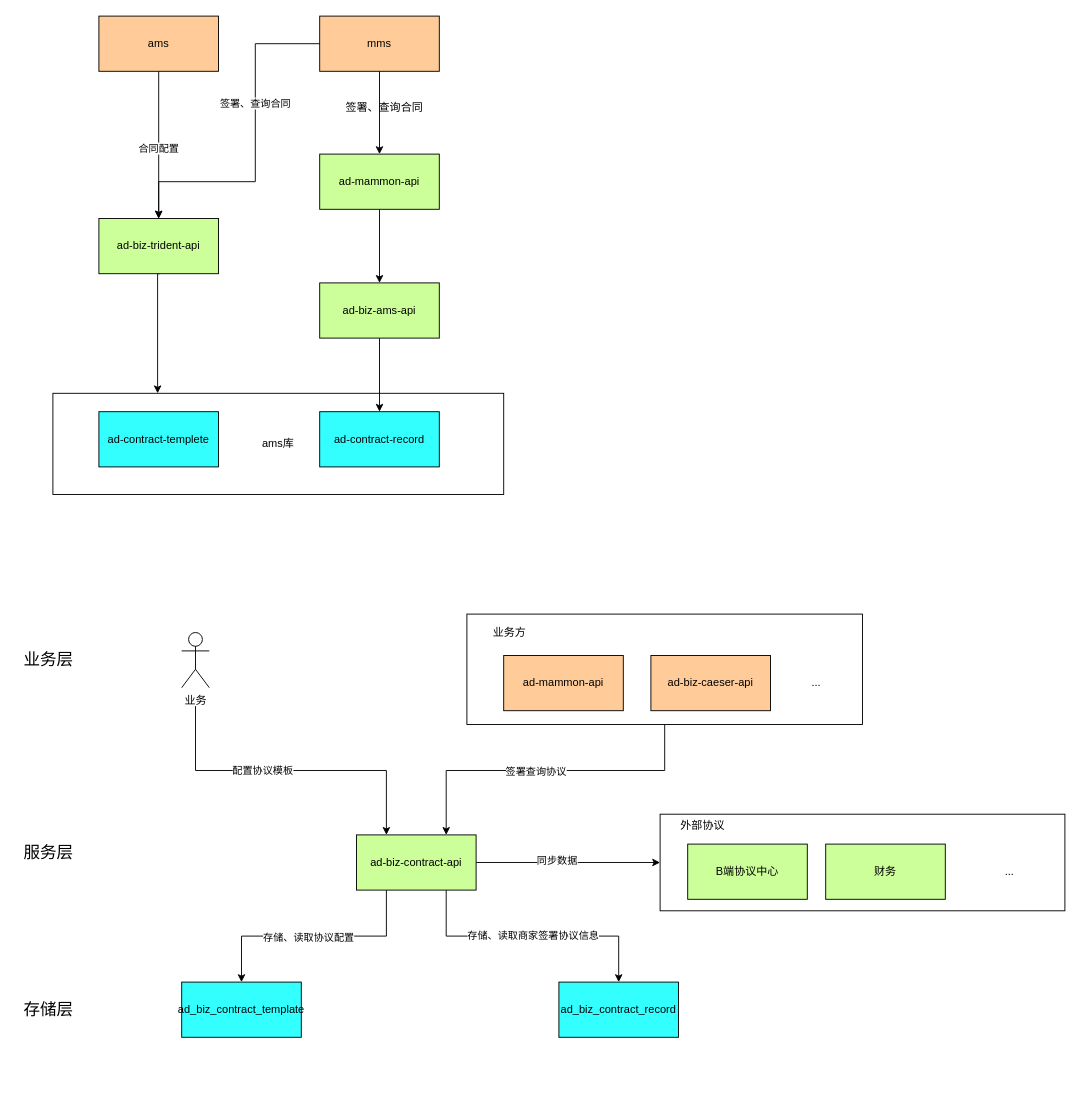
Earlier version of the draw.io diagram diagram/ams合同现状.drawio (flyfeifeiba/pdd-diagram). Source tidied: cells renumbered, new cells numbered last; positions are measured from the earlier drawing's top-left corner, leaving out a move shared by most shapes. Both pictures are drawn from the tidied source at 92%, with x=0, y=0 at pixel (16, 16).
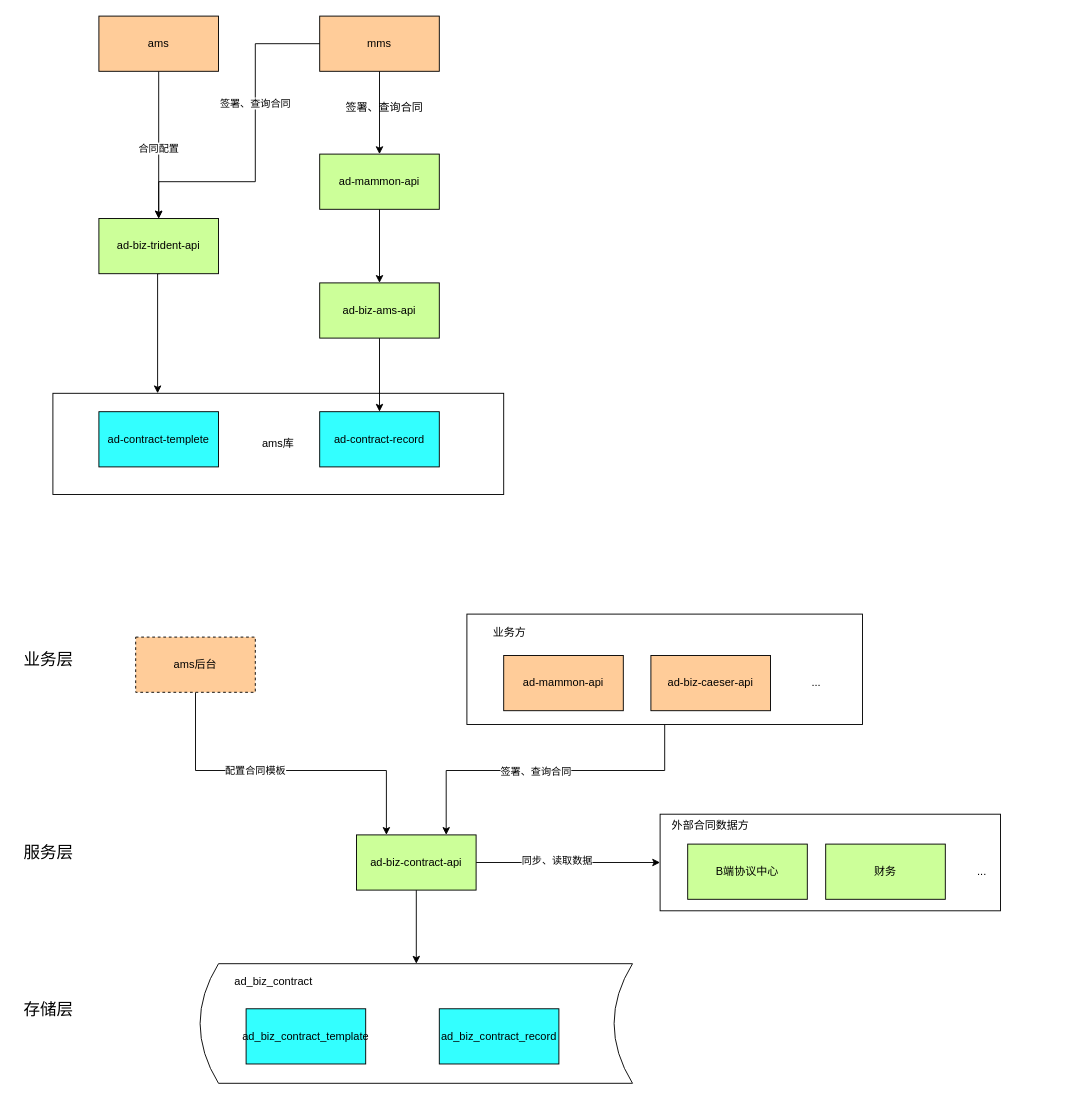
The same page after the edit.

Unchanged cells that the change refers to:
```xml
<mxCell id="23" style="edgeStyle=orthogonalEdgeStyle;rounded=0;jettySize=auto;html=1;entryX=0;entryY=0.5;entryDx=0;entryDy=0;" parent="1" edge="1" source="26" target="38">
  <mxGeometry relative="1" as="geometry" />
</mxCell>
<mxCell id="26" value="ad-biz-contract-api" style="rounded=0;whiteSpace=wrap;html=1;fillColor=#CCFF99;" parent="1" vertex="1">
  <mxGeometry x="370" y="890" width="130" height="60" as="geometry" />
</mxCell>
<mxCell id="32" style="edgeStyle=orthogonalEdgeStyle;rounded=0;jettySize=auto;html=1;exitX=0.5;exitY=1;exitDx=0;exitDy=0;entryX=0.75;entryY=0;entryDx=0;entryDy=0;" parent="1" edge="1" source="34" target="26">
  <mxGeometry relative="1" as="geometry">
    <Array as="points">
      <mxPoint x="705" y="820" />
      <mxPoint x="468" y="820" />
    </Array>
  </mxGeometry>
</mxCell>
```

What changed in the source:
```diff
@@
+    <mxCell id="44" style="shape=dataStorage;whiteSpace=wrap;html=1;fixedSize=1;" parent="1" vertex="1">
+      <mxGeometry x="200" y="1030" width="470" height="130" as="geometry" />
+    </mxCell>
@@
     <mxCell id="18" value="ad_biz_contract_template" style="rounded=0;whiteSpace=wrap;html=1;fillColor=#33FFFF;" parent="1" vertex="1">
-      <mxGeometry x="180" y="1050" width="130" height="60" as="geometry" />
+      <mxGeometry x="250" y="1079" width="130" height="60" as="geometry" />
     </mxCell>
     <mxCell id="19" value="ad_biz_contract_record" style="rounded=0;whiteSpace=wrap;html=1;fillColor=#33FFFF;" parent="1" vertex="1">
-      <mxGeometry x="590" y="1050" width="130" height="60" as="geometry" />
+      <mxGeometry x="460" y="1079" width="130" height="60" as="geometry" />
     </mxCell>
@@
-    <mxCell id="21" style="edgeStyle=orthogonalEdgeStyle;rounded=0;jettySize=auto;html=1;exitX=0.25;exitY=1;exitDx=0;exitDy=0;entryX=0.5;entryY=0;entryDx=0;entryDy=0;" parent="1" edge="1" source="26" target="18">
-      <mxGeometry relative="1" as="geometry" />
-    </mxCell>
-    <mxCell id="22" value="存储、读取协议配置" style="edgeLabel;html=1;align=center;verticalAlign=middle;" parent="21" vertex="1">
-      <mxGeometry x="0.05" y="1" relative="1" as="geometry" />
-    </mxCell>
@@
-    <mxCell id="24" value="同步数据" style="edgeLabel;html=1;align=center;verticalAlign=middle;" parent="23" vertex="1">
+    <mxCell id="24" value="同步、读取数据" style="edgeLabel;html=1;align=center;verticalAlign=middle;" parent="23" vertex="1">
       <mxGeometry x="-0.13" y="3" relative="1" as="geometry" />
     </mxCell>
-    <mxCell id="25" value="存储、读取商家签署协议信息" style="edgeStyle=orthogonalEdgeStyle;rounded=0;jettySize=auto;html=1;exitX=0.75;exitY=1;exitDx=0;exitDy=0;" parent="1" edge="1" source="26" target="19">
-      <mxGeometry relative="1" as="geometry" />
-    </mxCell>
+    <mxCell id="45" style="edgeStyle=orthogonalEdgeStyle;rounded=0;jettySize=auto;html=1;exitX=0.5;exitY=1;exitDx=0;exitDy=0;entryX=0.5;entryY=0;entryDx=0;entryDy=0;" parent="1" edge="1" source="26" target="44">
+      <mxGeometry relative="1" as="geometry" />
+    </mxCell>
@@
-    <mxCell id="29" style="edgeStyle=orthogonalEdgeStyle;rounded=0;jettySize=auto;html=1;entryX=0.25;entryY=0;entryDx=0;entryDy=0;" parent="1" edge="1" target="26">
+    <mxCell id="29" style="edgeStyle=orthogonalEdgeStyle;rounded=0;jettySize=auto;html=1;entryX=0.25;entryY=0;entryDx=0;entryDy=0;exitX=0.5;exitY=1;exitDx=0;exitDy=0;" parent="1" edge="1" source="47" target="26">
       <mxGeometry relative="1" as="geometry">
-        <mxPoint x="195" y="750" as="sourcePoint" />
         <Array as="points">
           <mxPoint x="195" y="820" />
           <mxPoint x="403" y="820" />
         </Array>
       </mxGeometry>
     </mxCell>
-    <mxCell id="30" value="配置协议模板" style="edgeLabel;html=1;align=center;verticalAlign=middle;" parent="29" vertex="1">
+    <mxCell id="30" value="配置合同模板" style="edgeLabel;html=1;align=center;verticalAlign=middle;" parent="29" vertex="1">
       <mxGeometry x="-0.18" y="1" relative="1" as="geometry" />
     </mxCell>
-    <mxCell id="31" value="业务" style="shape=umlActor;verticalLabelPosition=bottom;verticalAlign=top;html=1;" parent="1" vertex="1">
-      <mxGeometry x="180" y="670" width="30" height="60" as="geometry" />
-    </mxCell>
@@
-    <mxCell id="33" value="签署查询协议" style="edgeLabel;html=1;align=center;verticalAlign=middle;" parent="32" vertex="1">
+    <mxCell id="33" value="签署、查询合同" style="edgeLabel;html=1;align=center;verticalAlign=middle;" parent="32" vertex="1">
       <mxGeometry x="0.07" y="3" relative="1" as="geometry">
         <mxPoint y="-3" as="offset" />
       </mxGeometry>
     </mxCell>
@@
     <mxCell id="38" style="rounded=0;whiteSpace=wrap;html=1;" parent="1" vertex="1">
-      <mxGeometry x="700" y="867.5" width="440" height="105" as="geometry" />
+      <mxGeometry x="700" y="867.5" width="370" height="105" as="geometry" />
     </mxCell>
@@
     <mxCell id="41" value="..." style="text;html=1;strokeColor=none;fillColor=none;align=center;verticalAlign=middle;whiteSpace=wrap;rounded=0;" parent="1" vertex="1">
-      <mxGeometry x="1060" y="920" width="40" height="20" as="geometry" />
+      <mxGeometry x="1030" y="920" width="40" height="20" as="geometry" />
     </mxCell>
-    <mxCell id="42" value="外部协议" style="text;html=1;strokeColor=none;fillColor=none;align=center;verticalAlign=middle;whiteSpace=wrap;rounded=0;" parent="1" vertex="1">
-      <mxGeometry x="710" y="870" width="73" height="20" as="geometry" />
+    <mxCell id="42" value="外部合同数据方" style="text;html=1;strokeColor=none;fillColor=none;align=center;verticalAlign=middle;whiteSpace=wrap;rounded=0;" parent="1" vertex="1">
+      <mxGeometry x="710" y="870" width="90" height="20" as="geometry" />
     </mxCell>
@@
+    <mxCell id="46" value="ad_biz_contract" style="text;html=1;strokeColor=none;fillColor=none;align=center;verticalAlign=middle;whiteSpace=wrap;rounded=0;" parent="1" vertex="1">
+      <mxGeometry x="220" y="1040" width="120" height="20" as="geometry" />
+    </mxCell>
+    <mxCell id="47" value="ams后台" style="rounded=0;whiteSpace=wrap;html=1;fillColor=#FFCC99;dashed=1;" parent="1" vertex="1">
+      <mxGeometry x="130" y="675" width="130" height="60" as="geometry" />
+    </mxCell>
```
